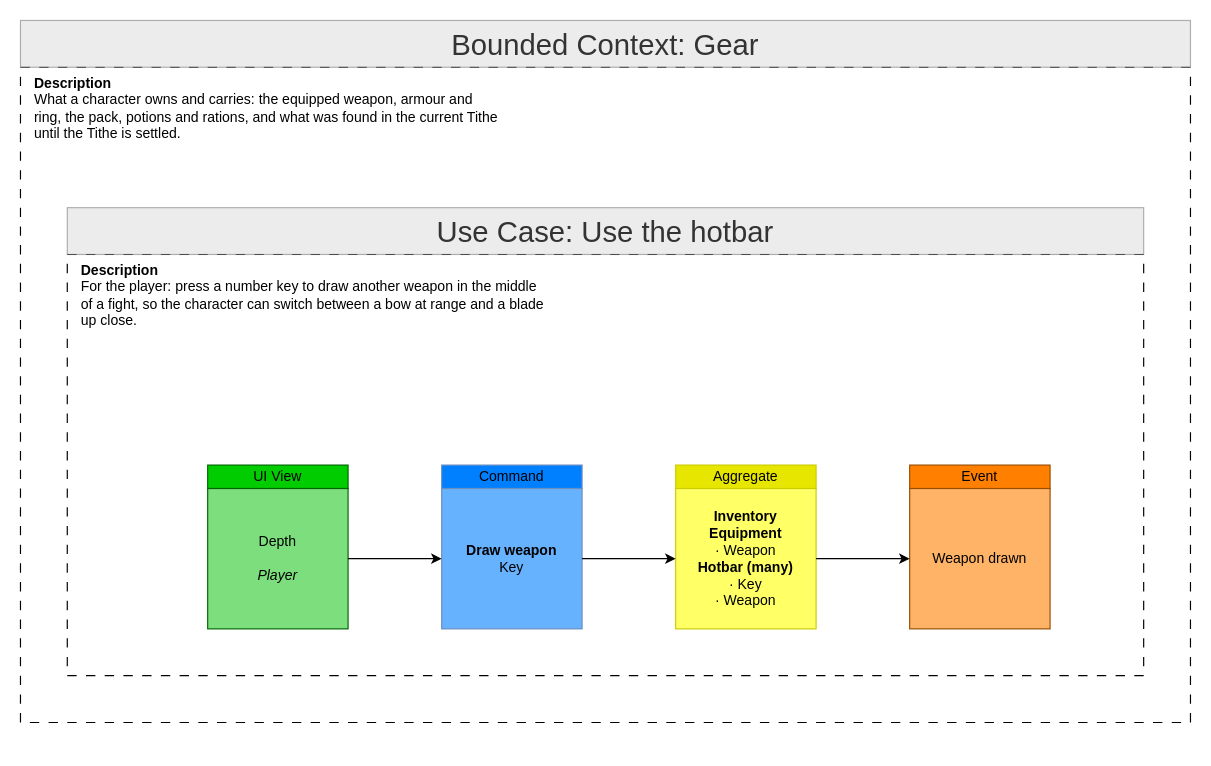
Before: ProductOwner/contexts/gear/models/Feature-028-use-the-hotbar.drawio in tokeboisen/themaw, a draw.io diagram. Source tidied: cells renumbered, new cells numbered last; positions are measured from the earlier drawing's top-left corner, leaving out a move shared by most shapes. Both pictures are drawn from the tidied source at 117%, with x=0, y=0 at pixel (20, 20).
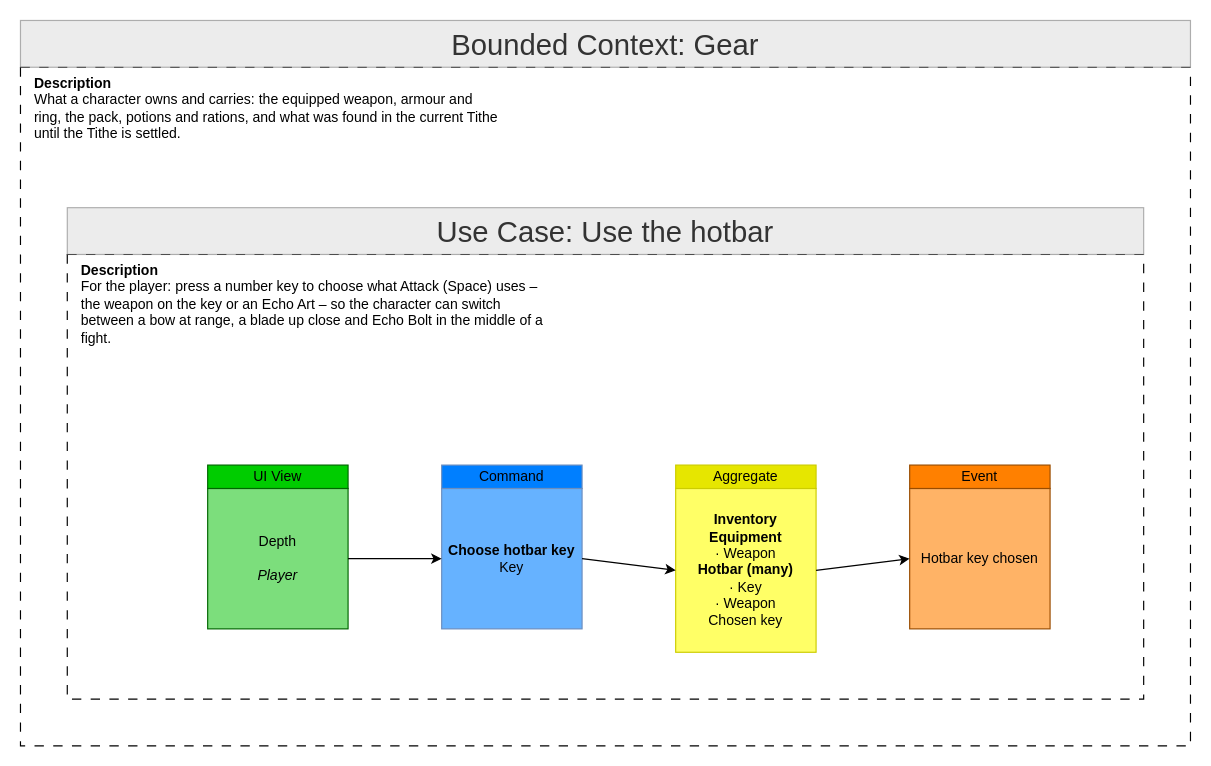
After the change.

What changed in the source:
```diff
@@
 <mxGraphModel>
   <root>
     <mxCell id="0" />
     <mxCell id="1" parent="0" />
     <mxCell id="2" style="rounded=0;whiteSpace=wrap;html=1;fillColor=none;dashed=1;dashPattern=8 8;" parent="1" vertex="1">
-      <mxGeometry y="40" width="1000" height="560" as="geometry" />
+      <mxGeometry y="40" width="1000" height="580" as="geometry" />
     </mxCell>
     <mxCell id="3" value="Bounded Context: Gear" style="text;html=1;whiteSpace=wrap;strokeColor=#666666;fillColor=#D9D9D9;align=center;verticalAlign=middle;rounded=0;fontSize=25;fontColor=#333333;opacity=50;" parent="1" vertex="1">
       <mxGeometry width="1000" height="40" as="geometry" />
     </mxCell>
     <mxCell id="4" value="&lt;div&gt;&lt;b&gt;Description&lt;/b&gt;&lt;/div&gt;What a character owns and carries: the equipped weapon, armour and ring, the pack, potions and rations, and what was found in the current Tithe until the Tithe is settled." style="text;html=1;whiteSpace=wrap;overflow=hidden;rounded=0;strokeColor=none;fillColor=none;align=left;verticalAlign=top;" parent="1" vertex="1">
       <mxGeometry x="10" y="40" width="400" height="80" as="geometry" />
     </mxCell>
     <mxCell id="5" style="rounded=0;whiteSpace=wrap;html=1;fillColor=none;dashed=1;dashPattern=8 8;" parent="1" vertex="1">
-      <mxGeometry x="40" y="200" width="920" height="360" as="geometry" />
+      <mxGeometry x="40" y="200" width="920" height="380" as="geometry" />
     </mxCell>
     <mxCell id="6" value="Use Case: Use the hotbar" style="text;html=1;whiteSpace=wrap;strokeColor=#666666;fillColor=#D9D9D9;align=center;verticalAlign=middle;rounded=0;fontSize=25;fontColor=#333333;opacity=50;" parent="1" vertex="1">
       <mxGeometry x="40" y="160" width="920" height="40" as="geometry" />
     </mxCell>
-    <mxCell id="7" value="&lt;div&gt;&lt;b&gt;Description&lt;/b&gt;&lt;/div&gt;For the player: press a number key to draw another weapon in the middle of a fight, so the character can switch between a bow at range and a blade up close." style="text;html=1;whiteSpace=wrap;overflow=hidden;rounded=0;strokeColor=none;fillColor=none;align=left;verticalAlign=top;" parent="1" vertex="1">
+    <mxCell id="7" value="&lt;div&gt;&lt;b&gt;Description&lt;/b&gt;&lt;/div&gt;For the player: press a number key to choose what Attack (Space) uses – the weapon on the key or an Echo Art – so the character can switch between a bow at range, a blade up close and Echo Bolt in the middle of a fight." style="text;html=1;whiteSpace=wrap;overflow=hidden;rounded=0;strokeColor=none;fillColor=none;align=left;verticalAlign=top;" parent="1" vertex="1">
       <mxGeometry x="50" y="200" width="400" height="140" as="geometry" />
     </mxCell>
     <mxCell id="8" value="Depth&lt;br&gt;&lt;br&gt;&lt;i&gt;Player&lt;/i&gt;" style="rounded=0;whiteSpace=wrap;html=1;labelBackgroundColor=none;fillColor=#7CDE7C;strokeColor=#006600;" parent="1" vertex="1">
       <mxGeometry x="160" y="400" width="120" height="120" as="geometry" />
     </mxCell>
     <mxCell id="9" value="UI View" style="rounded=0;whiteSpace=wrap;html=1;labelBackgroundColor=none;fillColor=#00CC00;strokeColor=#006600;" parent="1" vertex="1">
       <mxGeometry x="160" y="380" width="120" height="20" as="geometry" />
     </mxCell>
-    <mxCell id="10" value="&lt;b&gt;Draw weapon&lt;/b&gt;&lt;br&gt;Key" style="rounded=0;whiteSpace=wrap;html=1;labelBackgroundColor=none;fillColor=#66B2FF;strokeColor=#6C8EBF;" parent="1" vertex="1">
+    <mxCell id="10" value="&lt;b&gt;Choose hotbar key&lt;/b&gt;&lt;br&gt;Key" style="rounded=0;whiteSpace=wrap;html=1;labelBackgroundColor=none;fillColor=#66B2FF;strokeColor=#6C8EBF;" parent="1" vertex="1">
       <mxGeometry x="360" y="400" width="120" height="120" as="geometry" />
     </mxCell>
     <mxCell id="11" value="Command" style="rounded=0;whiteSpace=wrap;html=1;labelBackgroundColor=none;fillColor=#007FFF;strokeColor=#6C8EBF;" parent="1" vertex="1">
       <mxGeometry x="360" y="380" width="120" height="20" as="geometry" />
     </mxCell>
-    <mxCell id="12" value="&lt;b&gt;Inventory&lt;/b&gt;&lt;br&gt;&lt;b&gt;Equipment&lt;/b&gt;&lt;br&gt;· Weapon&lt;br&gt;&lt;b&gt;Hotbar (many)&lt;/b&gt;&lt;br&gt;· Key&lt;br&gt;· Weapon" style="rounded=0;whiteSpace=wrap;html=1;labelBackgroundColor=none;fillColor=#FFFF66;strokeColor=#CCCC00;" parent="1" vertex="1">
-      <mxGeometry x="560" y="400" width="120" height="120" as="geometry" />
+    <mxCell id="12" value="&lt;b&gt;Inventory&lt;/b&gt;&lt;br&gt;&lt;b&gt;Equipment&lt;/b&gt;&lt;br&gt;· Weapon&lt;br&gt;&lt;b&gt;Hotbar (many)&lt;/b&gt;&lt;br&gt;· Key&lt;br&gt;· Weapon&lt;br&gt;Chosen key" style="rounded=0;whiteSpace=wrap;html=1;labelBackgroundColor=none;fillColor=#FFFF66;strokeColor=#CCCC00;" parent="1" vertex="1">
+      <mxGeometry x="560" y="400" width="120" height="140" as="geometry" />
     </mxCell>
     <mxCell id="13" value="Aggregate" style="rounded=0;whiteSpace=wrap;html=1;labelBackgroundColor=none;fillColor=#E6E600;strokeColor=#CCCC00;" parent="1" vertex="1">
       <mxGeometry x="560" y="380" width="120" height="20" as="geometry" />
     </mxCell>
-    <mxCell id="14" value="Weapon drawn" style="rounded=0;whiteSpace=wrap;html=1;labelBackgroundColor=none;fillColor=#FFB366;strokeColor=#994C00;" parent="1" vertex="1">
+    <mxCell id="14" value="Hotbar key chosen" style="rounded=0;whiteSpace=wrap;html=1;labelBackgroundColor=none;fillColor=#FFB366;strokeColor=#994C00;" parent="1" vertex="1">
       <mxGeometry x="760" y="400" width="120" height="120" as="geometry" />
     </mxCell>
     <mxCell id="15" value="Event" style="rounded=0;whiteSpace=wrap;html=1;labelBackgroundColor=none;fillColor=#FF8000;strokeColor=#994C00;" parent="1" vertex="1">
       <mxGeometry x="760" y="380" width="120" height="20" as="geometry" />
     </mxCell>
     <mxCell id="16" style="endArrow=classic;html=1;rounded=0;exitX=1;exitY=0.5;exitDx=0;exitDy=0;entryX=0;entryY=0.5;entryDx=0;entryDy=0;" parent="1" edge="1" source="8" target="10">
       <mxGeometry relative="1" as="geometry" />
     </mxCell>
     <mxCell id="17" style="endArrow=classic;html=1;rounded=0;exitX=1;exitY=0.5;exitDx=0;exitDy=0;entryX=0;entryY=0.5;entryDx=0;entryDy=0;" parent="1" edge="1" source="10" target="12">
       <mxGeometry relative="1" as="geometry" />
     </mxCell>
     <mxCell id="18" style="endArrow=classic;html=1;rounded=0;exitX=1;exitY=0.5;exitDx=0;exitDy=0;entryX=0;entryY=0.5;entryDx=0;entryDy=0;" parent="1" edge="1" source="12" target="14">
       <mxGeometry relative="1" as="geometry" />
     </mxCell>
   </root>
 </mxGraphModel>
```
